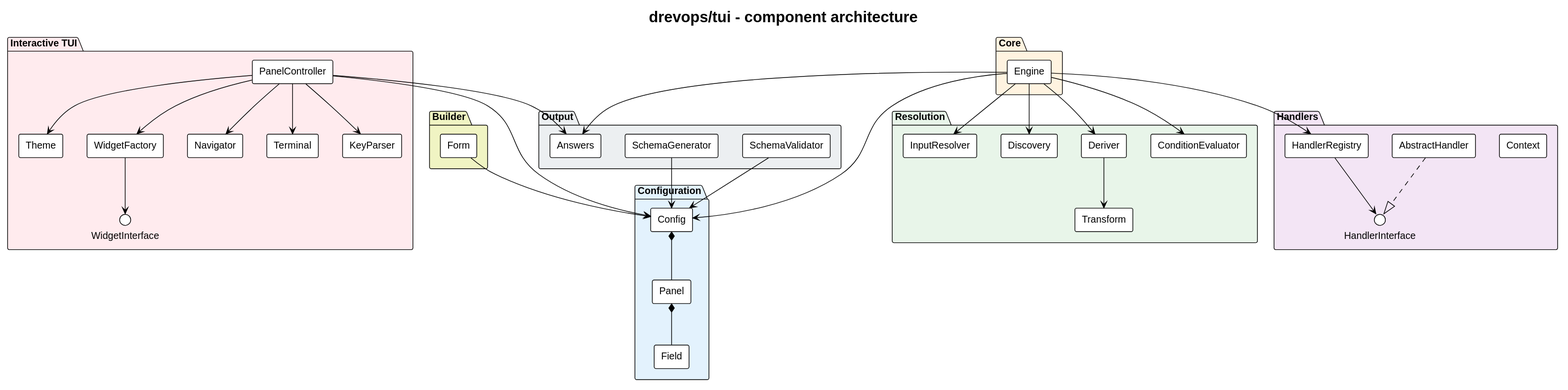
Above: .vortex/tui/docs/architecture/architecture.svg in drevops/vortex (PlantUML), before the change.
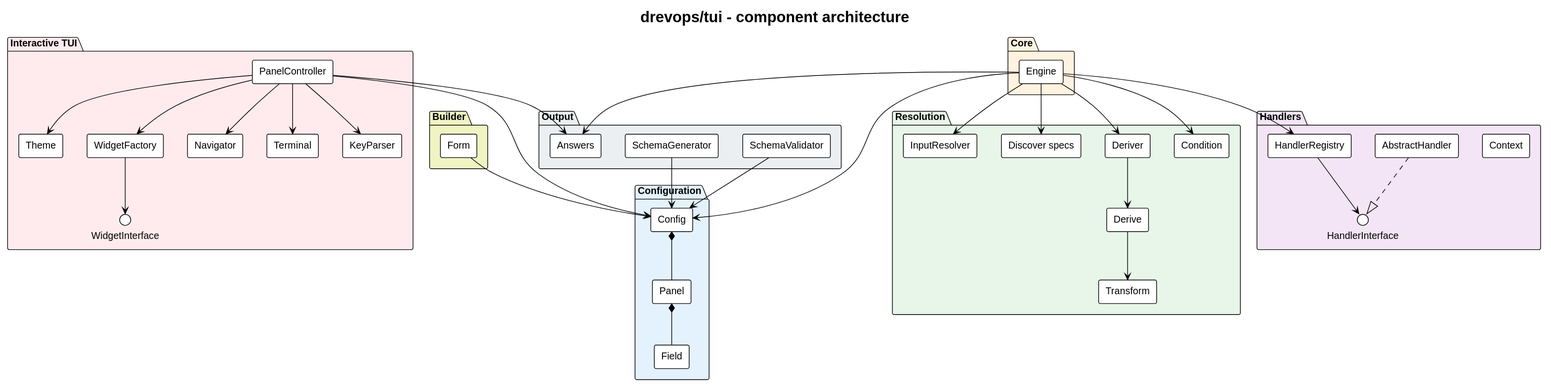
Later version of the same file.

Diff of the diagram source:
```diff
@@ -22,10 +22,11 @@
 
 package "Resolution" #E8F5E9 {
   [InputResolver]
-  [Discovery]
+  [Discover specs]
   [Deriver]
+  [Derive]
   [Transform]
-  [ConditionEvaluator]
+  [Condition]
 }
 
 package "Handlers" #F3E5F5 {
@@ -57,10 +58,11 @@
 
 [Engine] --> [Config]
 [Engine] --> [InputResolver]
-[Engine] --> [Discovery]
+[Engine] --> [Discover specs]
 [Engine] --> [Deriver]
-[Deriver] --> [Transform]
-[Engine] --> [ConditionEvaluator]
+[Deriver] --> [Derive]
+[Derive] --> [Transform]
+[Engine] --> [Condition]
 [Engine] --> [HandlerRegistry]
 [HandlerRegistry] --> HandlerInterface
 [AbstractHandler] ..|> HandlerInterface
```
